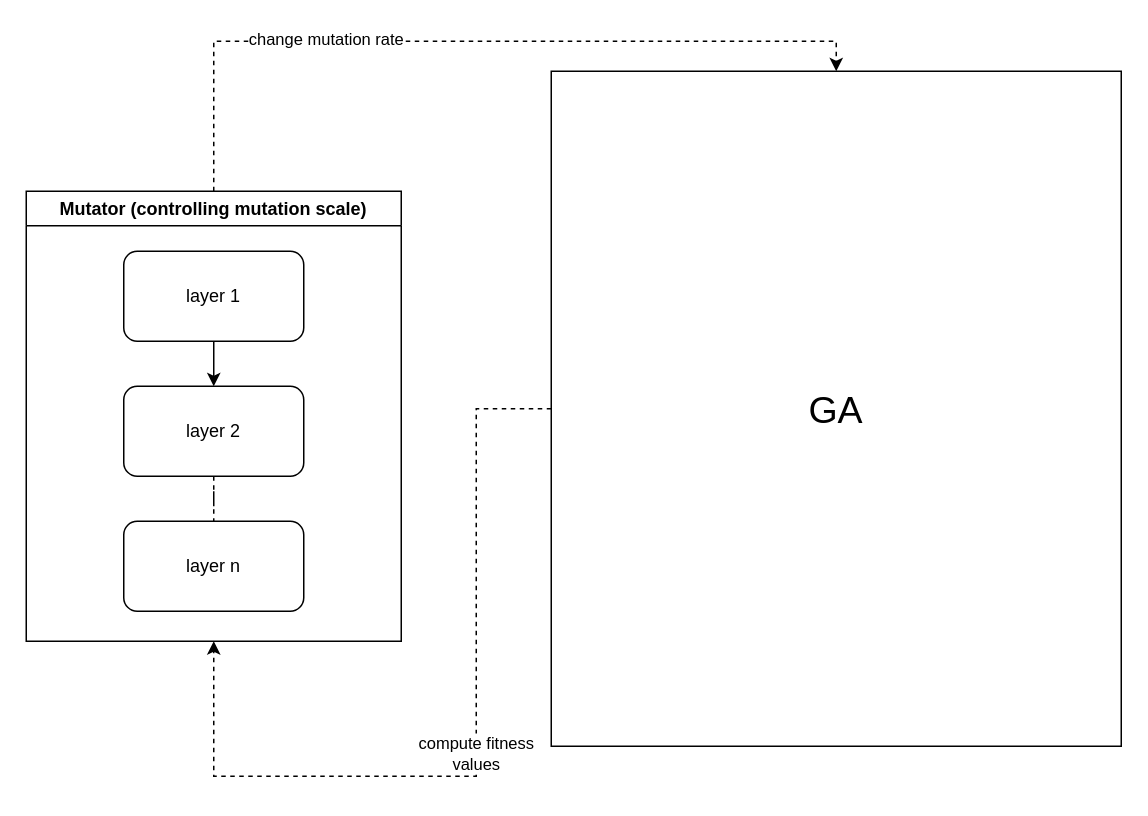
Earlier version of the draw.io diagram GA/stable/system_flow/dynamicMutation_GA.drawio (kelvinlyy/DCDT). Source tidied: cells renumbered, new cells numbered last; positions are measured from the earlier drawing's top-left corner, leaving out a move shared by most shapes. Both pictures are drawn from the tidied source at 150%, with x=0, y=0 at pixel (26, 40).
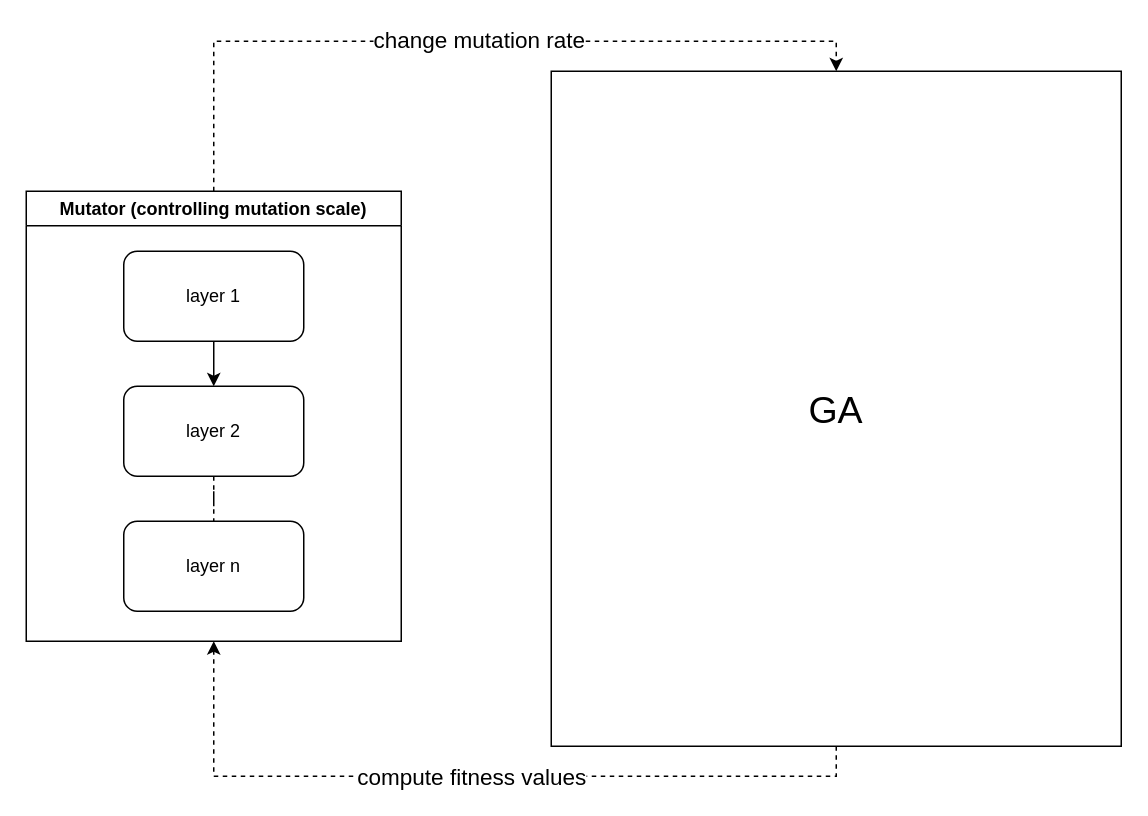
Above is the later version.

Change to the diagram source:
```diff
@@
 <mxGraphModel>
   <root>
     <mxCell id="0" />
     <mxCell id="1" parent="0" />
     <mxCell id="2" style="edgeStyle=orthogonalEdgeStyle;rounded=0;jettySize=auto;html=1;entryX=0.5;entryY=0;entryDx=0;entryDy=0;dashed=1;startArrow=none;startFill=0;endArrow=classic;endFill=1;" parent="1" edge="1" source="4" target="11">
       <mxGeometry relative="1" as="geometry">
         <Array as="points">
           <mxPoint x="125" />
           <mxPoint x="540" />
         </Array>
       </mxGeometry>
     </mxCell>
-    <mxCell id="3" value="change mutation rate" style="edgeLabel;html=1;align=center;verticalAlign=middle;" parent="2" vertex="1">
-      <mxGeometry x="-0.35" y="2" relative="1" as="geometry" />
+    <mxCell id="3" value="&lt;font style=&quot;font-size: 15px&quot;&gt;change mutation rate&lt;/font&gt;" style="edgeLabel;html=1;align=center;verticalAlign=middle;" parent="2" vertex="1">
+      <mxGeometry x="-0.35" y="2" relative="1" as="geometry">
+        <mxPoint x="102" as="offset" />
+      </mxGeometry>
     </mxCell>
     <mxCell id="4" value="Mutator (controlling mutation scale)" style="swimlane;" parent="1" vertex="1">
       <mxGeometry y="100" width="250" height="300" as="geometry" />
     </mxCell>
     <mxCell id="5" value="layer 1" style="rounded=1;whiteSpace=wrap;html=1;" parent="4" vertex="1">
       <mxGeometry x="65" y="40" width="120" height="60" as="geometry" />
     </mxCell>
     <mxCell id="6" value="layer 2" style="rounded=1;whiteSpace=wrap;html=1;" parent="4" vertex="1">
       <mxGeometry x="65" y="130" width="120" height="60" as="geometry" />
     </mxCell>
     <mxCell id="7" style="edgeStyle=orthogonalEdgeStyle;rounded=0;jettySize=auto;html=1;" parent="4" edge="1" source="5" target="6">
       <mxGeometry relative="1" as="geometry" />
     </mxCell>
     <mxCell id="8" value="layer n" style="rounded=1;whiteSpace=wrap;html=1;" parent="4" vertex="1">
       <mxGeometry x="65" y="220" width="120" height="60" as="geometry" />
     </mxCell>
     <mxCell id="9" style="edgeStyle=orthogonalEdgeStyle;rounded=0;jettySize=auto;html=1;startArrow=none;startFill=0;endArrow=none;endFill=0;dashed=1;" parent="4" edge="1" source="6" target="8">
       <mxGeometry relative="1" as="geometry" />
     </mxCell>
-    <mxCell id="10" value="compute fitness&lt;br&gt;values" style="edgeStyle=orthogonalEdgeStyle;rounded=0;jettySize=auto;html=1;entryX=0.5;entryY=1;entryDx=0;entryDy=0;dashed=1;startArrow=none;startFill=0;endArrow=classic;endFill=1;" parent="1" edge="1" source="11" target="4">
-      <mxGeometry relative="1" as="geometry" />
+    <mxCell id="10" value="&lt;font style=&quot;font-size: 15px&quot;&gt;compute fitness&amp;nbsp;values&lt;/font&gt;" style="edgeStyle=orthogonalEdgeStyle;rounded=0;jettySize=auto;html=1;entryX=0.5;entryY=1;entryDx=0;entryDy=0;dashed=1;startArrow=none;startFill=0;endArrow=classic;endFill=1;" parent="1" edge="1" source="11" target="4">
+      <mxGeometry relative="1" as="geometry">
+        <Array as="points">
+          <mxPoint x="540" y="490" />
+          <mxPoint x="125" y="490" />
+        </Array>
+      </mxGeometry>
     </mxCell>
     <mxCell id="11" value="&lt;font style=&quot;font-size: 25px&quot;&gt;GA&lt;/font&gt;" style="rounded=0;whiteSpace=wrap;html=1;" parent="1" vertex="1">
       <mxGeometry x="350" y="20" width="380" height="450" as="geometry" />
     </mxCell>
   </root>
 </mxGraphModel>
```
